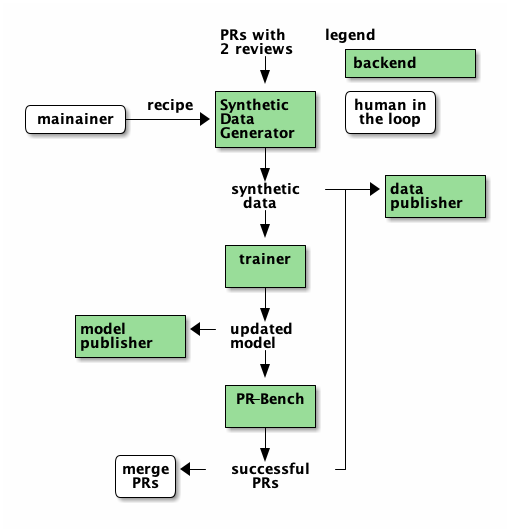
instructlab/taxonomy keeps this PlantUML diagram as docs/backend.png. Above is the earlier version. Its source is kept beside it as docs/backend.puml. The source it was exported from:
```plantuml
@startditaa
                    PRs with  legend
                    2 reviews   +------------+
                        |       |backend cGRE|
                        v       +------------+
                   +---------+  /--------\
/---------\ recipe |Synthetic|  |human in|
|mainainer+------->|Data cGRE|  |the loop|
\---------/        |Generator|  \--------/
                   +----+---++
                        |
                        v           +---------+
                    synthetic --+-->|data cGRE|
                      data      |   |publisher|
                        |       |   +---------+
                        v       |
                    +-------+   |
                    |trainer|   |
                    |   cGRE|   |
                    +---+---+   |
                        |       |
     +----------+       v       |
     |model cGRE|<-- updated    |
     |publisher |    model      |
     +----------+       |       |
                        v       |
                    +--------+  |
                    |PR-Bench|  |
                    |    cGRE|  |
                    +---+----+  |
                        |       |
         /-----\        v       |
         |merge|<-- successful -+
         | PRs |       PRs
         \-----/
@endditaa
```
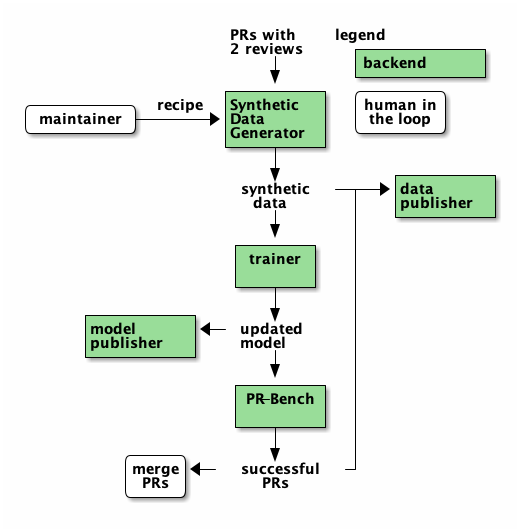
After the commit.

What changed in the source:
```diff
@@ -1,36 +1,36 @@
 @startditaa
-                    PRs with  legend
-                    2 reviews   +------------+
-                        |       |backend cGRE|
-                        v       +------------+
-                   +---------+  /--------\
-/---------\ recipe |Synthetic|  |human in|
-|mainainer+------->|Data cGRE|  |the loop|
-\---------/        |Generator|  \--------/
-                   +----+---++
-                        |
-                        v           +---------+
-                    synthetic --+-->|data cGRE|
-                      data      |   |publisher|
-                        |       |   +---------+
-                        v       |
-                    +-------+   |
-                    |trainer|   |
-                    |   cGRE|   |
-                    +---+---+   |
-                        |       |
-     +----------+       v       |
-     |model cGRE|<-- updated    |
-     |publisher |    model      |
-     +----------+       |       |
-                        v       |
-                    +--------+  |
-                    |PR-Bench|  |
-                    |    cGRE|  |
-                    +---+----+  |
-                        |       |
-         /-----\        v       |
-         |merge|<-- successful -+
-         | PRs |       PRs
-         \-----/
+                     PRs with  legend
+                     2 reviews   +------------+
+                         |       |backend cGRE|
+                         v       +------------+
+                    +---------+  /--------\
+/----------\ recipe |Synthetic|  |human in|
+|maintainer+------->|Data cGRE|  |the loop|
+\----------/        |Generator|  \--------/
+                    +----+---++
+                         |
+                         v           +---------+
+                     synthetic --+-->|data cGRE|
+                       data      |   |publisher|
+                         |       |   +---------+
+                         v       |
+                     +-------+   |
+                     |trainer|   |
+                     |   cGRE|   |
+                     +---+---+   |
+                         |       |
+      +----------+       v       |
+      |model cGRE|<-- updated    |
+      |publisher |    model      |
+      +----------+       |       |
+                         v       |
+                     +--------+  |
+                     |PR-Bench|  |
+                     |    cGRE|  |
+                     +---+----+  |
+                         |       |
+          /-----\        v       |
+          |merge|<-- successful -+
+          | PRs |       PRs
+          \-----/
 @endditaa
```
